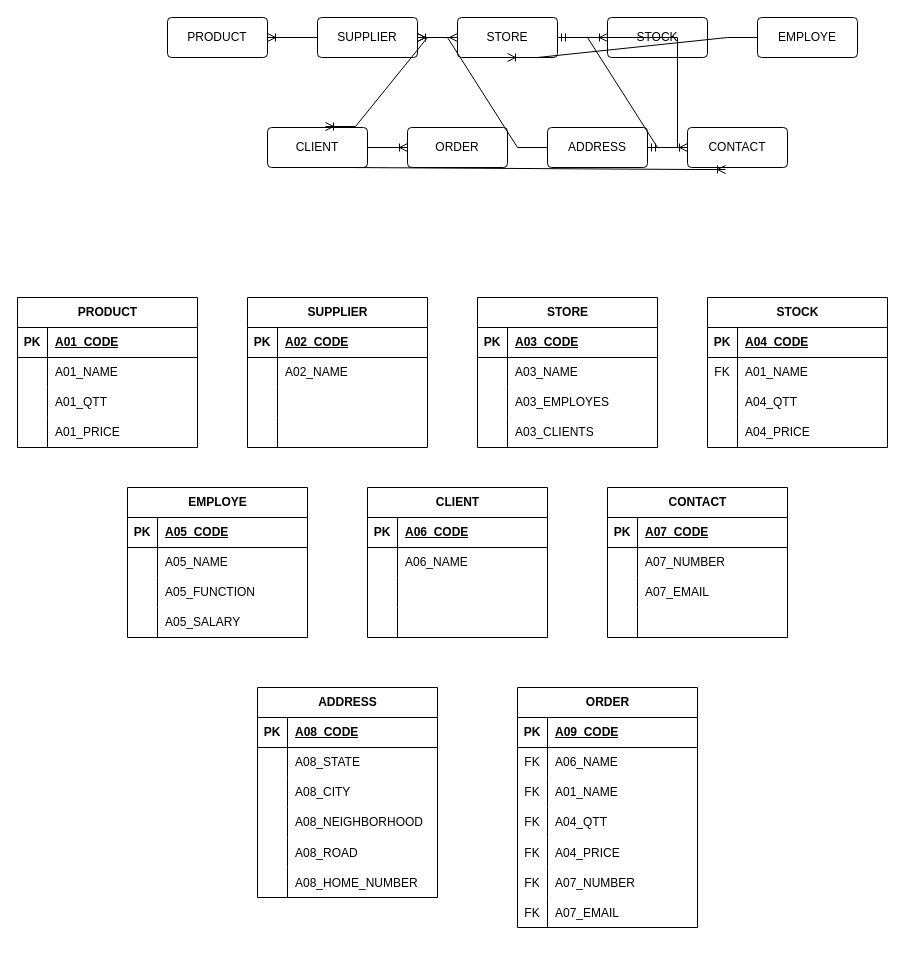
Above: Diagram_from_store.drawio in maurilio-sousa/exercicios_de_aula (draw.io), before the change. Source tidied: cells renumbered, new cells numbered last; positions are measured from the earlier drawing's top-left corner, leaving out a move shared by most shapes. Both pictures are drawn from the tidied source at 100%, with x=0, y=0 at pixel (17, 17).
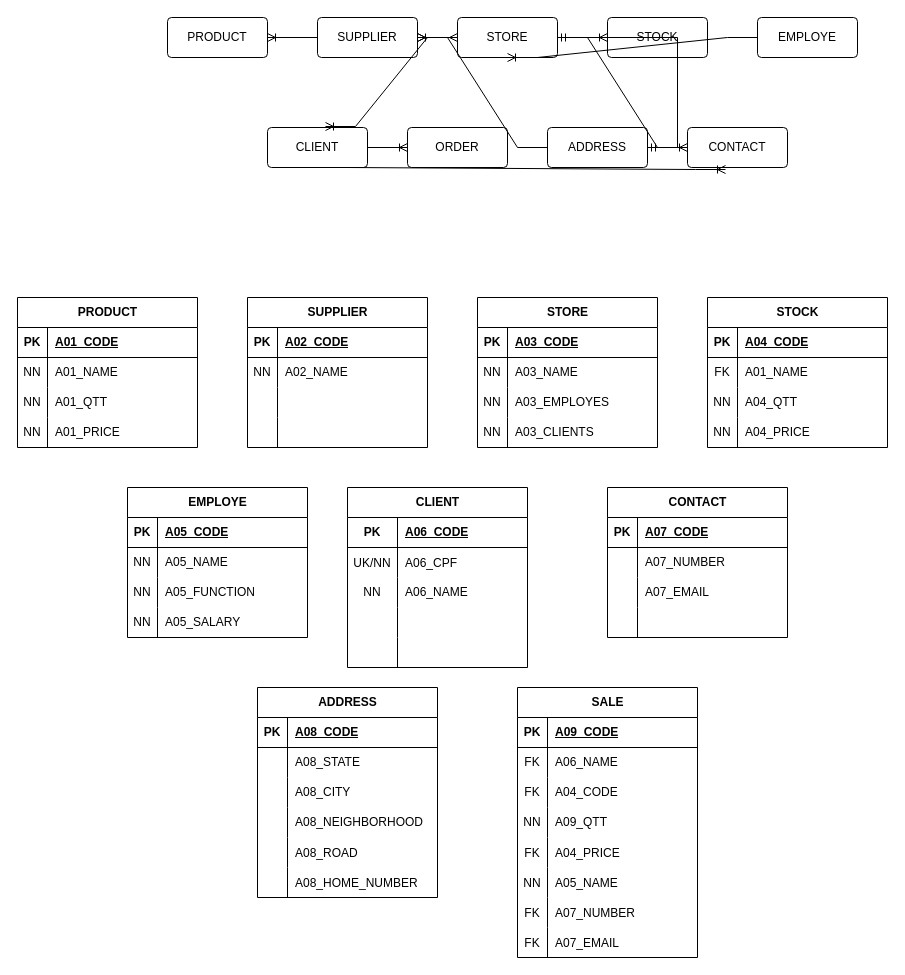
The same diagram, later.

The change refers to these unchanged cells:
```xml
<mxCell id="35" style="shape=tableRow;horizontal=0;startSize=0;swimlaneHead=0;swimlaneBody=0;fillColor=none;top=0;left=0;right=0;bottom=1;" parent="34" vertex="1">
  <mxGeometry y="30" width="180" height="30" as="geometry" />
</mxCell>
<mxCell id="51" style="shape=tableRow;horizontal=0;startSize=0;swimlaneHead=0;swimlaneBody=0;fillColor=none;top=0;left=0;right=0;bottom=0;" parent="47" vertex="1">
  <mxGeometry y="60" width="180" height="30" as="geometry" />
</mxCell>
<mxCell id="54" style="shape=tableRow;horizontal=0;startSize=0;swimlaneHead=0;swimlaneBody=0;fillColor=none;top=0;left=0;right=0;bottom=0;" parent="47" vertex="1">
  <mxGeometry y="90" width="180" height="30" as="geometry" />
</mxCell>
<mxCell id="57" style="shape=tableRow;horizontal=0;startSize=0;swimlaneHead=0;swimlaneBody=0;fillColor=none;top=0;left=0;right=0;bottom=0;" parent="47" vertex="1">
  <mxGeometry y="120" width="180" height="30" as="geometry" />
</mxCell>
<mxCell id="64" style="shape=tableRow;horizontal=0;startSize=0;swimlaneHead=0;swimlaneBody=0;fillColor=none;top=0;left=0;right=0;bottom=0;" parent="60" vertex="1">
  <mxGeometry y="60" width="180" height="30" as="geometry" />
</mxCell>
<mxCell id="67" style="shape=tableRow;horizontal=0;startSize=0;swimlaneHead=0;swimlaneBody=0;fillColor=none;top=0;left=0;right=0;bottom=0;" parent="60" vertex="1">
  <mxGeometry y="90" width="180" height="30" as="geometry" />
</mxCell>
<mxCell id="70" style="shape=tableRow;horizontal=0;startSize=0;swimlaneHead=0;swimlaneBody=0;fillColor=none;top=0;left=0;right=0;bottom=0;" parent="60" vertex="1">
  <mxGeometry y="120" width="180" height="30" as="geometry" />
</mxCell>
<mxCell id="77" style="shape=tableRow;horizontal=0;startSize=0;swimlaneHead=0;swimlaneBody=0;fillColor=none;top=0;left=0;right=0;bottom=0;" parent="73" vertex="1">
  <mxGeometry y="60" width="180" height="30" as="geometry" />
</mxCell>
<mxCell id="90" style="shape=tableRow;horizontal=0;startSize=0;swimlaneHead=0;swimlaneBody=0;fillColor=none;top=0;left=0;right=0;bottom=0;" parent="86" vertex="1">
  <mxGeometry y="60" width="180" height="30" as="geometry" />
</mxCell>
<mxCell id="93" style="shape=tableRow;horizontal=0;startSize=0;swimlaneHead=0;swimlaneBody=0;fillColor=none;top=0;left=0;right=0;bottom=0;" parent="86" vertex="1">
  <mxGeometry y="90" width="180" height="30" as="geometry" />
</mxCell>
<mxCell id="96" style="shape=tableRow;horizontal=0;startSize=0;swimlaneHead=0;swimlaneBody=0;fillColor=none;top=0;left=0;right=0;bottom=0;" parent="86" vertex="1">
  <mxGeometry y="120" width="180" height="30" as="geometry" />
</mxCell>
<mxCell id="106" style="shape=tableRow;horizontal=0;startSize=0;swimlaneHead=0;swimlaneBody=0;fillColor=none;top=0;left=0;right=0;bottom=0;" parent="99" vertex="1">
  <mxGeometry y="90" width="180" height="30" as="geometry" />
</mxCell>
<mxCell id="109" style="shape=tableRow;horizontal=0;startSize=0;swimlaneHead=0;swimlaneBody=0;fillColor=none;top=0;left=0;right=0;bottom=0;" parent="99" vertex="1">
  <mxGeometry y="120" width="180" height="30" as="geometry" />
</mxCell>
<mxCell id="138" style="shape=tableRow;horizontal=0;startSize=0;swimlaneHead=0;swimlaneBody=0;fillColor=none;top=0;left=0;right=0;bottom=0;" parent="131" vertex="1">
  <mxGeometry y="90" width="180" height="30" as="geometry" />
</mxCell>
<mxCell id="141" style="shape=tableRow;horizontal=0;startSize=0;swimlaneHead=0;swimlaneBody=0;fillColor=none;top=0;left=0;right=0;bottom=0;" parent="131" vertex="1">
  <mxGeometry y="120" width="180" height="30" as="geometry" />
</mxCell>
```

Diff of the diagram source:
```diff
@@
     <mxCell id="34" value="CLIENT" style="shape=table;startSize=30;childLayout=tableLayout;rowLines=0;fontStyle=1;align=center;html=1;" parent="1" vertex="1">
-      <mxGeometry x="350" y="470" width="180" height="150" as="geometry" />
+      <mxGeometry x="330" y="470" width="180" height="180" as="geometry" />
     </mxCell>
@@
     <mxCell id="36" value="PK" style="shape=partialRectangle;fillColor=none;top=0;left=0;bottom=0;right=0;fontStyle=1;overflow=hidden;whiteSpace=wrap;html=1;" parent="35" vertex="1">
-      <mxGeometry width="30" height="30" as="geometry" />
+      <mxGeometry width="50" height="30" as="geometry" />
     </mxCell>
     <mxCell id="37" value="A06_CODE" style="shape=partialRectangle;fillColor=none;top=0;left=0;bottom=0;right=0;align=left;spacingLeft=6;fontStyle=5;overflow=hidden;whiteSpace=wrap;html=1;" parent="35" vertex="1">
-      <mxGeometry x="30" width="150" height="30" as="geometry" />
+      <mxGeometry x="50" width="130" height="30" as="geometry" />
     </mxCell>
+    <mxCell id="153" style="shape=tableRow;horizontal=0;startSize=0;swimlaneHead=0;swimlaneBody=0;fillColor=none;top=0;left=0;right=0;bottom=0;" parent="34" vertex="1">
+      <mxGeometry y="60" width="180" height="30" as="geometry" />
+    </mxCell>
+    <mxCell id="154" value="UK/NN" style="shape=partialRectangle;fillColor=none;top=0;left=0;bottom=0;right=0;overflow=hidden;" parent="153" vertex="1">
+      <mxGeometry width="50" height="30" as="geometry" />
+    </mxCell>
+    <mxCell id="155" value="A06_CPF" style="shape=partialRectangle;fillColor=none;top=0;left=0;bottom=0;right=0;align=left;spacingLeft=6;overflow=hidden;" parent="153" vertex="1">
+      <mxGeometry x="50" width="130" height="30" as="geometry" />
+    </mxCell>
     <mxCell id="38" style="shape=tableRow;horizontal=0;startSize=0;swimlaneHead=0;swimlaneBody=0;fillColor=none;top=0;left=0;right=0;bottom=0;" parent="34" vertex="1">
-      <mxGeometry y="60" width="180" height="30" as="geometry" />
+      <mxGeometry y="90" width="180" height="30" as="geometry" />
     </mxCell>
-    <mxCell id="39" style="shape=partialRectangle;fillColor=none;top=0;left=0;bottom=0;right=0;overflow=hidden;whiteSpace=wrap;html=1;" parent="38" vertex="1">
-      <mxGeometry width="30" height="30" as="geometry" />
+    <mxCell id="39" value="NN" style="shape=partialRectangle;fillColor=none;top=0;left=0;bottom=0;right=0;overflow=hidden;whiteSpace=wrap;html=1;" parent="38" vertex="1">
+      <mxGeometry width="50" height="30" as="geometry" />
     </mxCell>
     <mxCell id="40" value="A06_NAME" style="shape=partialRectangle;fillColor=none;top=0;left=0;bottom=0;right=0;align=left;spacingLeft=6;overflow=hidden;whiteSpace=wrap;html=1;" parent="38" vertex="1">
-      <mxGeometry x="30" width="150" height="30" as="geometry" />
+      <mxGeometry x="50" width="130" height="30" as="geometry" />
     </mxCell>
     <mxCell id="41" style="shape=tableRow;horizontal=0;startSize=0;swimlaneHead=0;swimlaneBody=0;fillColor=none;top=0;left=0;right=0;bottom=0;" parent="34" vertex="1">
-      <mxGeometry y="90" width="180" height="30" as="geometry" />
+      <mxGeometry y="120" width="180" height="30" as="geometry" />
     </mxCell>
     <mxCell id="42" style="shape=partialRectangle;fillColor=none;top=0;left=0;bottom=0;right=0;overflow=hidden;whiteSpace=wrap;html=1;" parent="41" vertex="1">
-      <mxGeometry width="30" height="30" as="geometry" />
+      <mxGeometry width="50" height="30" as="geometry" />
     </mxCell>
     <mxCell id="43" style="shape=partialRectangle;fillColor=none;top=0;left=0;bottom=0;right=0;align=left;spacingLeft=6;overflow=hidden;whiteSpace=wrap;html=1;" parent="41" vertex="1">
-      <mxGeometry x="30" width="150" height="30" as="geometry" />
+      <mxGeometry x="50" width="130" height="30" as="geometry" />
     </mxCell>
     <mxCell id="44" style="shape=tableRow;horizontal=0;startSize=0;swimlaneHead=0;swimlaneBody=0;fillColor=none;top=0;left=0;right=0;bottom=0;" parent="34" vertex="1">
-      <mxGeometry y="120" width="180" height="30" as="geometry" />
+      <mxGeometry y="150" width="180" height="30" as="geometry" />
     </mxCell>
     <mxCell id="45" style="shape=partialRectangle;fillColor=none;top=0;left=0;bottom=0;right=0;overflow=hidden;whiteSpace=wrap;html=1;" parent="44" vertex="1">
-      <mxGeometry width="30" height="30" as="geometry" />
+      <mxGeometry width="50" height="30" as="geometry" />
     </mxCell>
     <mxCell id="46" style="shape=partialRectangle;fillColor=none;top=0;left=0;bottom=0;right=0;align=left;spacingLeft=6;overflow=hidden;whiteSpace=wrap;html=1;" parent="44" vertex="1">
-      <mxGeometry x="30" width="150" height="30" as="geometry" />
+      <mxGeometry x="50" width="130" height="30" as="geometry" />
     </mxCell>
@@
-    <mxCell id="52" style="shape=partialRectangle;fillColor=none;top=0;left=0;bottom=0;right=0;overflow=hidden;whiteSpace=wrap;html=1;" parent="51" vertex="1">
+    <mxCell id="52" value="NN" style="shape=partialRectangle;fillColor=none;top=0;left=0;bottom=0;right=0;overflow=hidden;whiteSpace=wrap;html=1;" parent="51" vertex="1">
       <mxGeometry width="30" height="30" as="geometry" />
     </mxCell>
@@
-    <mxCell id="55" style="shape=partialRectangle;fillColor=none;top=0;left=0;bottom=0;right=0;overflow=hidden;whiteSpace=wrap;html=1;" parent="54" vertex="1">
+    <mxCell id="55" value="NN" style="shape=partialRectangle;fillColor=none;top=0;left=0;bottom=0;right=0;overflow=hidden;whiteSpace=wrap;html=1;" parent="54" vertex="1">
       <mxGeometry width="30" height="30" as="geometry" />
     </mxCell>
@@
-    <mxCell id="58" style="shape=partialRectangle;fillColor=none;top=0;left=0;bottom=0;right=0;overflow=hidden;whiteSpace=wrap;html=1;" parent="57" vertex="1">
+    <mxCell id="58" value="NN" style="shape=partialRectangle;fillColor=none;top=0;left=0;bottom=0;right=0;overflow=hidden;whiteSpace=wrap;html=1;" parent="57" vertex="1">
       <mxGeometry width="30" height="30" as="geometry" />
     </mxCell>
@@
-    <mxCell id="65" style="shape=partialRectangle;fillColor=none;top=0;left=0;bottom=0;right=0;overflow=hidden;whiteSpace=wrap;html=1;" parent="64" vertex="1">
+    <mxCell id="65" value="NN" style="shape=partialRectangle;fillColor=none;top=0;left=0;bottom=0;right=0;overflow=hidden;whiteSpace=wrap;html=1;" parent="64" vertex="1">
       <mxGeometry width="30" height="30" as="geometry" />
     </mxCell>
@@
-    <mxCell id="68" style="shape=partialRectangle;fillColor=none;top=0;left=0;bottom=0;right=0;overflow=hidden;whiteSpace=wrap;html=1;" parent="67" vertex="1">
+    <mxCell id="68" value="NN" style="shape=partialRectangle;fillColor=none;top=0;left=0;bottom=0;right=0;overflow=hidden;whiteSpace=wrap;html=1;" parent="67" vertex="1">
       <mxGeometry width="30" height="30" as="geometry" />
     </mxCell>
@@
-    <mxCell id="71" style="shape=partialRectangle;fillColor=none;top=0;left=0;bottom=0;right=0;overflow=hidden;whiteSpace=wrap;html=1;" parent="70" vertex="1">
+    <mxCell id="71" value="NN" style="shape=partialRectangle;fillColor=none;top=0;left=0;bottom=0;right=0;overflow=hidden;whiteSpace=wrap;html=1;" parent="70" vertex="1">
       <mxGeometry width="30" height="30" as="geometry" />
     </mxCell>
@@
-    <mxCell id="78" style="shape=partialRectangle;fillColor=none;top=0;left=0;bottom=0;right=0;overflow=hidden;whiteSpace=wrap;html=1;" parent="77" vertex="1">
+    <mxCell id="78" value="NN" style="shape=partialRectangle;fillColor=none;top=0;left=0;bottom=0;right=0;overflow=hidden;whiteSpace=wrap;html=1;" parent="77" vertex="1">
       <mxGeometry width="30" height="30" as="geometry" />
     </mxCell>
@@
-    <mxCell id="91" style="shape=partialRectangle;fillColor=none;top=0;left=0;bottom=0;right=0;overflow=hidden;whiteSpace=wrap;html=1;" parent="90" vertex="1">
+    <mxCell id="91" value="NN" style="shape=partialRectangle;fillColor=none;top=0;left=0;bottom=0;right=0;overflow=hidden;whiteSpace=wrap;html=1;" parent="90" vertex="1">
       <mxGeometry width="30" height="30" as="geometry" />
     </mxCell>
@@
-    <mxCell id="94" style="shape=partialRectangle;fillColor=none;top=0;left=0;bottom=0;right=0;overflow=hidden;whiteSpace=wrap;html=1;" parent="93" vertex="1">
+    <mxCell id="94" value="NN" style="shape=partialRectangle;fillColor=none;top=0;left=0;bottom=0;right=0;overflow=hidden;whiteSpace=wrap;html=1;" parent="93" vertex="1">
       <mxGeometry width="30" height="30" as="geometry" />
     </mxCell>
@@
-    <mxCell id="97" style="shape=partialRectangle;fillColor=none;top=0;left=0;bottom=0;right=0;overflow=hidden;whiteSpace=wrap;html=1;" parent="96" vertex="1">
+    <mxCell id="97" value="NN" style="shape=partialRectangle;fillColor=none;top=0;left=0;bottom=0;right=0;overflow=hidden;whiteSpace=wrap;html=1;" parent="96" vertex="1">
       <mxGeometry width="30" height="30" as="geometry" />
     </mxCell>
@@
-    <mxCell id="107" style="shape=partialRectangle;fillColor=none;top=0;left=0;bottom=0;right=0;overflow=hidden;whiteSpace=wrap;html=1;" parent="106" vertex="1">
+    <mxCell id="107" value="NN" style="shape=partialRectangle;fillColor=none;top=0;left=0;bottom=0;right=0;overflow=hidden;whiteSpace=wrap;html=1;" parent="106" vertex="1">
       <mxGeometry width="30" height="30" as="geometry" />
     </mxCell>
@@
-    <mxCell id="110" style="shape=partialRectangle;fillColor=none;top=0;left=0;bottom=0;right=0;overflow=hidden;whiteSpace=wrap;html=1;" parent="109" vertex="1">
+    <mxCell id="110" value="NN" style="shape=partialRectangle;fillColor=none;top=0;left=0;bottom=0;right=0;overflow=hidden;whiteSpace=wrap;html=1;" parent="109" vertex="1">
       <mxGeometry width="30" height="30" as="geometry" />
     </mxCell>
@@
-    <mxCell id="131" value="ORDER" style="shape=table;startSize=30;childLayout=tableLayout;rowLines=0;fontStyle=1;align=center;html=1;" parent="1" vertex="1">
-      <mxGeometry x="500" y="670" width="180" height="240" as="geometry" />
+    <mxCell id="131" value="SALE" style="shape=table;startSize=30;childLayout=tableLayout;rowLines=0;fontStyle=1;align=center;html=1;" parent="1" vertex="1">
+      <mxGeometry x="500" y="670" width="180" height="270" as="geometry" />
     </mxCell>
@@
-    <mxCell id="140" value="A01_NAME" style="shape=partialRectangle;fillColor=none;top=0;left=0;bottom=0;right=0;align=left;spacingLeft=6;overflow=hidden;whiteSpace=wrap;html=1;" parent="138" vertex="1">
+    <mxCell id="140" value="A04_CODE" style="shape=partialRectangle;fillColor=none;top=0;left=0;bottom=0;right=0;align=left;spacingLeft=6;overflow=hidden;whiteSpace=wrap;html=1;" parent="138" vertex="1">
       <mxGeometry x="30" width="150" height="30" as="geometry" />
     </mxCell>
@@
-    <mxCell id="142" value="FK" style="shape=partialRectangle;fillColor=none;top=0;left=0;bottom=0;right=0;overflow=hidden;whiteSpace=wrap;html=1;" parent="141" vertex="1">
+    <mxCell id="142" value="NN" style="shape=partialRectangle;fillColor=none;top=0;left=0;bottom=0;right=0;overflow=hidden;whiteSpace=wrap;html=1;" parent="141" vertex="1">
       <mxGeometry width="30" height="30" as="geometry" />
     </mxCell>
-    <mxCell id="143" value="A04_QTT" style="shape=partialRectangle;fillColor=none;top=0;left=0;bottom=0;right=0;align=left;spacingLeft=6;overflow=hidden;whiteSpace=wrap;html=1;" parent="141" vertex="1">
+    <mxCell id="143" value="A09_QTT" style="shape=partialRectangle;fillColor=none;top=0;left=0;bottom=0;right=0;align=left;spacingLeft=6;overflow=hidden;whiteSpace=wrap;html=1;" parent="141" vertex="1">
       <mxGeometry x="30" width="150" height="30" as="geometry" />
     </mxCell>
@@
+    <mxCell id="156" style="shape=tableRow;horizontal=0;startSize=0;swimlaneHead=0;swimlaneBody=0;fillColor=none;top=0;left=0;right=0;bottom=0;" parent="131" vertex="1">
+      <mxGeometry y="180" width="180" height="30" as="geometry" />
+    </mxCell>
+    <mxCell id="157" value="NN" style="shape=partialRectangle;fillColor=none;top=0;left=0;bottom=0;right=0;overflow=hidden;" parent="156" vertex="1">
+      <mxGeometry width="30" height="30" as="geometry" />
+    </mxCell>
+    <mxCell id="158" value="A05_NAME" style="shape=partialRectangle;fillColor=none;top=0;left=0;bottom=0;right=0;align=left;spacingLeft=6;overflow=hidden;" parent="156" vertex="1">
+      <mxGeometry x="30" width="150" height="30" as="geometry" />
+    </mxCell>
     <mxCell id="147" style="shape=tableRow;horizontal=0;startSize=0;swimlaneHead=0;swimlaneBody=0;fillColor=none;top=0;left=0;right=0;bottom=0;" parent="131" vertex="1">
-      <mxGeometry y="180" width="180" height="30" as="geometry" />
+      <mxGeometry y="210" width="180" height="30" as="geometry" />
     </mxCell>
@@
     <mxCell id="150" style="shape=tableRow;horizontal=0;startSize=0;swimlaneHead=0;swimlaneBody=0;fillColor=none;top=0;left=0;right=0;bottom=0;" parent="131" vertex="1">
-      <mxGeometry y="210" width="180" height="30" as="geometry" />
+      <mxGeometry y="240" width="180" height="30" as="geometry" />
     </mxCell>
```
